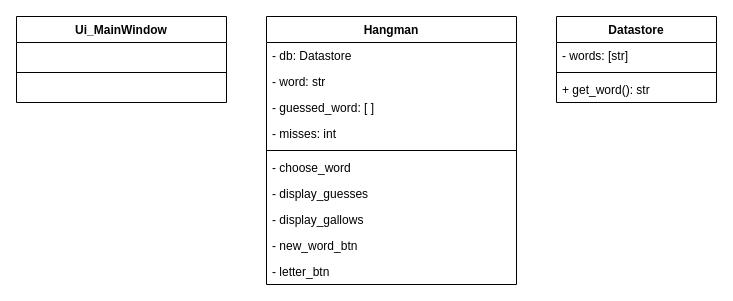
This is page "Class Diagram" (3 of 5) of scenario/scenario_unit_1.drawio from DamoM73/digital-solutions-text, a draw.io file, before an edit. Source tidied: cells renumbered, new cells numbered last; positions are measured from the earlier drawing's top-left corner, leaving out a move shared by most shapes. Both pictures are drawn from the tidied source at 100%, with x=0, y=0 at pixel (16, 16).
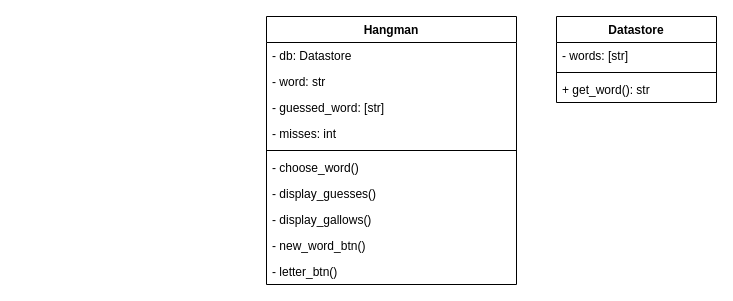
Above is the later version.

Unchanged cells that the change refers to:
```xml
<mxCell id="6" value="Hangman" style="swimlane;fontStyle=1;align=center;verticalAlign=top;horizontal=1;startSize=26;" parent="1" vertex="1">
  <mxGeometry x="250" width="250" height="268" as="geometry" />
</mxCell>
```

Diff of the diagram source:
```diff
@@
-    <mxCell id="2" value="Ui_MainWindow" style="swimlane;fontStyle=1;align=center;verticalAlign=top;horizontal=1;startSize=26;" parent="1" vertex="1">
-      <mxGeometry width="210" height="86" as="geometry" />
-    </mxCell>
-    <mxCell id="3" value=" " style="text;strokeColor=none;fillColor=none;align=left;verticalAlign=top;spacingLeft=4;spacingRight=4;overflow=hidden;" parent="2" vertex="1">
-      <mxGeometry y="26" width="210" height="26" as="geometry" />
-    </mxCell>
-    <mxCell id="4" style="line;strokeWidth=1;fillColor=none;align=left;verticalAlign=middle;spacingTop=-1;spacingLeft=3;spacingRight=3;labelPosition=right;" parent="2" vertex="1">
-      <mxGeometry y="52" width="210" height="8" as="geometry" />
-    </mxCell>
-    <mxCell id="5" value=" " style="text;strokeColor=none;fillColor=none;align=left;verticalAlign=top;spacingLeft=4;spacingRight=4;overflow=hidden;" parent="2" vertex="1">
-      <mxGeometry y="60" width="210" height="26" as="geometry" />
-    </mxCell>
@@
-    <mxCell id="9" value="- guessed_word: [ ]" style="text;strokeColor=none;fillColor=none;align=left;verticalAlign=top;spacingLeft=4;spacingRight=4;overflow=hidden;" parent="6" vertex="1">
+    <mxCell id="9" value="- guessed_word: [str]" style="text;strokeColor=none;fillColor=none;align=left;verticalAlign=top;spacingLeft=4;spacingRight=4;overflow=hidden;" parent="6" vertex="1">
       <mxGeometry y="78" width="250" height="26" as="geometry" />
     </mxCell>
@@
-    <mxCell id="12" value="- choose_word" style="text;strokeColor=none;fillColor=none;align=left;verticalAlign=top;spacingLeft=4;spacingRight=4;overflow=hidden;" parent="6" vertex="1">
+    <mxCell id="12" value="- choose_word()" style="text;strokeColor=none;fillColor=none;align=left;verticalAlign=top;spacingLeft=4;spacingRight=4;overflow=hidden;" parent="6" vertex="1">
       <mxGeometry y="138" width="250" height="26" as="geometry" />
     </mxCell>
-    <mxCell id="13" value="- display_guesses" style="text;strokeColor=none;fillColor=none;align=left;verticalAlign=top;spacingLeft=4;spacingRight=4;overflow=hidden;" parent="6" vertex="1">
+    <mxCell id="13" value="- display_guesses()" style="text;strokeColor=none;fillColor=none;align=left;verticalAlign=top;spacingLeft=4;spacingRight=4;overflow=hidden;" parent="6" vertex="1">
       <mxGeometry y="164" width="250" height="26" as="geometry" />
     </mxCell>
-    <mxCell id="14" value="- display_gallows" style="text;strokeColor=none;fillColor=none;align=left;verticalAlign=top;spacingLeft=4;spacingRight=4;overflow=hidden;" parent="6" vertex="1">
+    <mxCell id="14" value="- display_gallows()" style="text;strokeColor=none;fillColor=none;align=left;verticalAlign=top;spacingLeft=4;spacingRight=4;overflow=hidden;" parent="6" vertex="1">
       <mxGeometry y="190" width="250" height="26" as="geometry" />
     </mxCell>
-    <mxCell id="15" value="- new_word_btn" style="text;strokeColor=none;fillColor=none;align=left;verticalAlign=top;spacingLeft=4;spacingRight=4;overflow=hidden;" parent="6" vertex="1">
+    <mxCell id="15" value="- new_word_btn()" style="text;strokeColor=none;fillColor=none;align=left;verticalAlign=top;spacingLeft=4;spacingRight=4;overflow=hidden;" parent="6" vertex="1">
       <mxGeometry y="216" width="250" height="26" as="geometry" />
     </mxCell>
-    <mxCell id="16" value="- letter_btn" style="text;strokeColor=none;fillColor=none;align=left;verticalAlign=top;spacingLeft=4;spacingRight=4;overflow=hidden;" parent="6" vertex="1">
+    <mxCell id="16" value="- letter_btn()" style="text;strokeColor=none;fillColor=none;align=left;verticalAlign=top;spacingLeft=4;spacingRight=4;overflow=hidden;" parent="6" vertex="1">
       <mxGeometry y="242" width="250" height="26" as="geometry" />
     </mxCell>
```
